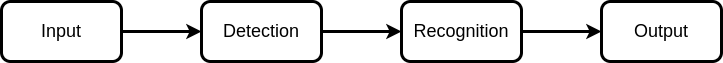
Earlier version of the draw.io export images/example.png (YukiTakahashi4690/thesis_template). Source tidied: cells renumbered, new cells last; positions are measured from the earlier drawing's top-left corner, leaving out a move shared by most shapes. The source it was exported from:
```xml
<mxGraphModel background="#ffffff">
  <root>
    <mxCell id="0" />
    <mxCell id="1" parent="0" />
    <mxCell id="2" style="edgeStyle=none;html=1;exitX=1;exitY=0.5;exitDx=0;exitDy=0;entryX=0;entryY=0.5;entryDx=0;entryDy=0;strokeColor=#000000;strokeWidth=3;" parent="1" edge="1" source="3" target="4">
      <mxGeometry relative="1" as="geometry" />
    </mxCell>
    <mxCell id="3" value="&lt;font color=&quot;#000000&quot; style=&quot;font-size: 18px&quot;&gt;Recognition&lt;/font&gt;" style="rounded=1;whiteSpace=wrap;html=1;fillColor=#FFFFFF;strokeColor=#000000;strokeWidth=3;" parent="1" vertex="1">
      <mxGeometry x="400" width="120" height="60" as="geometry" />
    </mxCell>
    <mxCell id="4" value="&lt;font color=&quot;#000000&quot; style=&quot;font-size: 18px&quot;&gt;Output&lt;/font&gt;" style="rounded=1;whiteSpace=wrap;html=1;fillColor=#FFFFFF;strokeColor=#000000;strokeWidth=3;" parent="1" vertex="1">
      <mxGeometry x="600" width="120" height="60" as="geometry" />
    </mxCell>
    <mxCell id="5" style="edgeStyle=none;html=1;exitX=1;exitY=0.5;exitDx=0;exitDy=0;entryX=0;entryY=0.5;entryDx=0;entryDy=0;strokeColor=#000000;strokeWidth=3;" parent="1" edge="1" source="6" target="3">
      <mxGeometry relative="1" as="geometry" />
    </mxCell>
    <mxCell id="6" value="&lt;font color=&quot;#000000&quot; style=&quot;font-size: 18px&quot;&gt;Detection&lt;/font&gt;" style="rounded=1;whiteSpace=wrap;html=1;fillColor=#FFFFFF;strokeColor=#000000;strokeWidth=3;" parent="1" vertex="1">
      <mxGeometry x="200" width="120" height="60" as="geometry" />
    </mxCell>
    <mxCell id="7" style="edgeStyle=none;html=1;exitX=1;exitY=0.5;exitDx=0;exitDy=0;entryX=0;entryY=0.5;entryDx=0;entryDy=0;strokeColor=#000000;strokeWidth=3;" parent="1" edge="1" source="8" target="6">
      <mxGeometry relative="1" as="geometry" />
    </mxCell>
    <mxCell id="8" value="&lt;font color=&quot;#000000&quot; style=&quot;font-size: 18px&quot;&gt;Input&lt;/font&gt;" style="rounded=1;whiteSpace=wrap;html=1;fillColor=#FFFFFF;strokeColor=#000000;strokeWidth=3;" parent="1" vertex="1">
      <mxGeometry width="120" height="60" as="geometry" />
    </mxCell>
  </root>
</mxGraphModel>
```
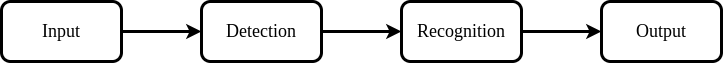
After the change.

Diff of the diagram source:
```diff
@@ -5,22 +5,22 @@
     <mxCell id="2" style="edgeStyle=none;html=1;exitX=1;exitY=0.5;exitDx=0;exitDy=0;entryX=0;entryY=0.5;entryDx=0;entryDy=0;strokeColor=#000000;strokeWidth=3;" parent="1" edge="1" source="3" target="4">
       <mxGeometry relative="1" as="geometry" />
     </mxCell>
-    <mxCell id="3" value="&lt;font color=&quot;#000000&quot; style=&quot;font-size: 18px&quot;&gt;Recognition&lt;/font&gt;" style="rounded=1;whiteSpace=wrap;html=1;fillColor=#FFFFFF;strokeColor=#000000;strokeWidth=3;" parent="1" vertex="1">
+    <mxCell id="3" value="&lt;font face=&quot;Times New Roman&quot; color=&quot;#000000&quot; style=&quot;font-size: 18px&quot;&gt;Recognition&lt;/font&gt;" style="rounded=1;whiteSpace=wrap;html=1;fillColor=#FFFFFF;strokeColor=#000000;strokeWidth=3;" parent="1" vertex="1">
       <mxGeometry x="400" width="120" height="60" as="geometry" />
     </mxCell>
-    <mxCell id="4" value="&lt;font color=&quot;#000000&quot; style=&quot;font-size: 18px&quot;&gt;Output&lt;/font&gt;" style="rounded=1;whiteSpace=wrap;html=1;fillColor=#FFFFFF;strokeColor=#000000;strokeWidth=3;" parent="1" vertex="1">
+    <mxCell id="4" value="&lt;font face=&quot;Times New Roman&quot; color=&quot;#000000&quot; style=&quot;font-size: 18px&quot;&gt;Output&lt;/font&gt;" style="rounded=1;whiteSpace=wrap;html=1;fillColor=#FFFFFF;strokeColor=#000000;strokeWidth=3;" parent="1" vertex="1">
       <mxGeometry x="600" width="120" height="60" as="geometry" />
     </mxCell>
     <mxCell id="5" style="edgeStyle=none;html=1;exitX=1;exitY=0.5;exitDx=0;exitDy=0;entryX=0;entryY=0.5;entryDx=0;entryDy=0;strokeColor=#000000;strokeWidth=3;" parent="1" edge="1" source="6" target="3">
       <mxGeometry relative="1" as="geometry" />
     </mxCell>
-    <mxCell id="6" value="&lt;font color=&quot;#000000&quot; style=&quot;font-size: 18px&quot;&gt;Detection&lt;/font&gt;" style="rounded=1;whiteSpace=wrap;html=1;fillColor=#FFFFFF;strokeColor=#000000;strokeWidth=3;" parent="1" vertex="1">
+    <mxCell id="6" value="&lt;font face=&quot;Times New Roman&quot; color=&quot;#000000&quot; style=&quot;font-size: 18px&quot;&gt;Detection&lt;/font&gt;" style="rounded=1;whiteSpace=wrap;html=1;fillColor=#FFFFFF;strokeColor=#000000;strokeWidth=3;" parent="1" vertex="1">
       <mxGeometry x="200" width="120" height="60" as="geometry" />
     </mxCell>
     <mxCell id="7" style="edgeStyle=none;html=1;exitX=1;exitY=0.5;exitDx=0;exitDy=0;entryX=0;entryY=0.5;entryDx=0;entryDy=0;strokeColor=#000000;strokeWidth=3;" parent="1" edge="1" source="8" target="6">
       <mxGeometry relative="1" as="geometry" />
     </mxCell>
-    <mxCell id="8" value="&lt;font color=&quot;#000000&quot; style=&quot;font-size: 18px&quot;&gt;Input&lt;/font&gt;" style="rounded=1;whiteSpace=wrap;html=1;fillColor=#FFFFFF;strokeColor=#000000;strokeWidth=3;" parent="1" vertex="1">
+    <mxCell id="8" value="&lt;font face=&quot;Times New Roman&quot; color=&quot;#000000&quot; style=&quot;font-size: 18px&quot;&gt;Input&lt;/font&gt;" style="rounded=1;whiteSpace=wrap;html=1;fillColor=#FFFFFF;strokeColor=#000000;strokeWidth=3;" parent="1" vertex="1">
       <mxGeometry width="120" height="60" as="geometry" />
     </mxCell>
   </root>
```
